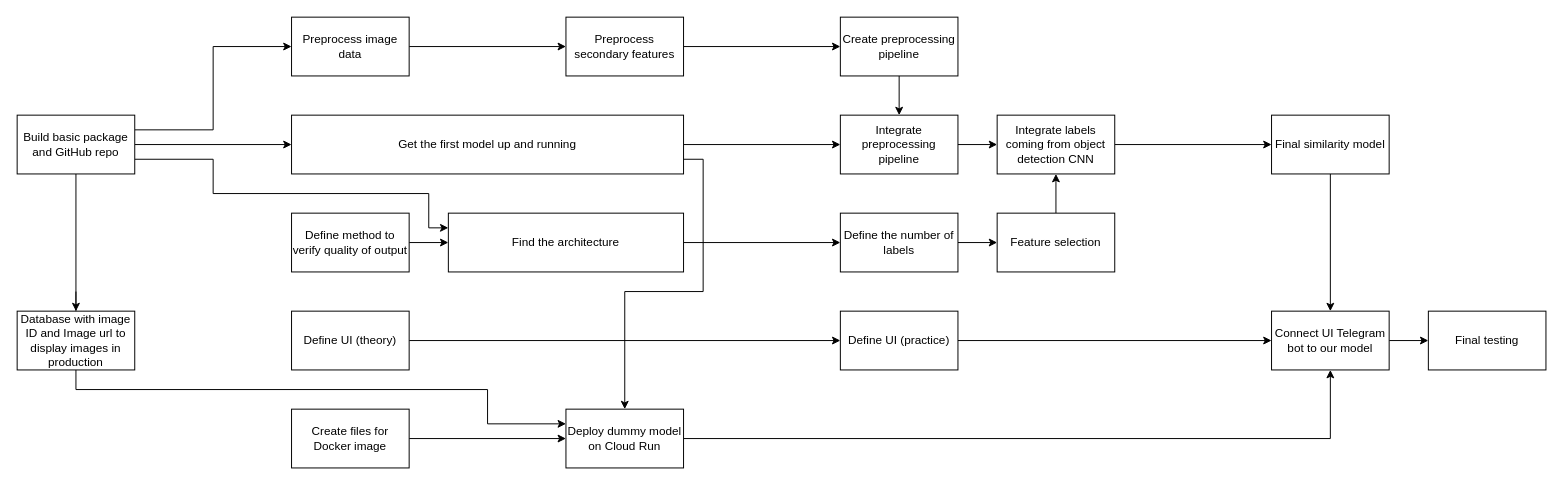
Before: Project Flowchart.drawio in seve-26/vincentvanbot, a draw.io diagram. Source tidied: cells renumbered, new cells numbered last; positions are measured from the earlier drawing's top-left corner, leaving out a move shared by most shapes. Both pictures are drawn from the tidied source at 98%, with x=0, y=0 at pixel (17, 17).
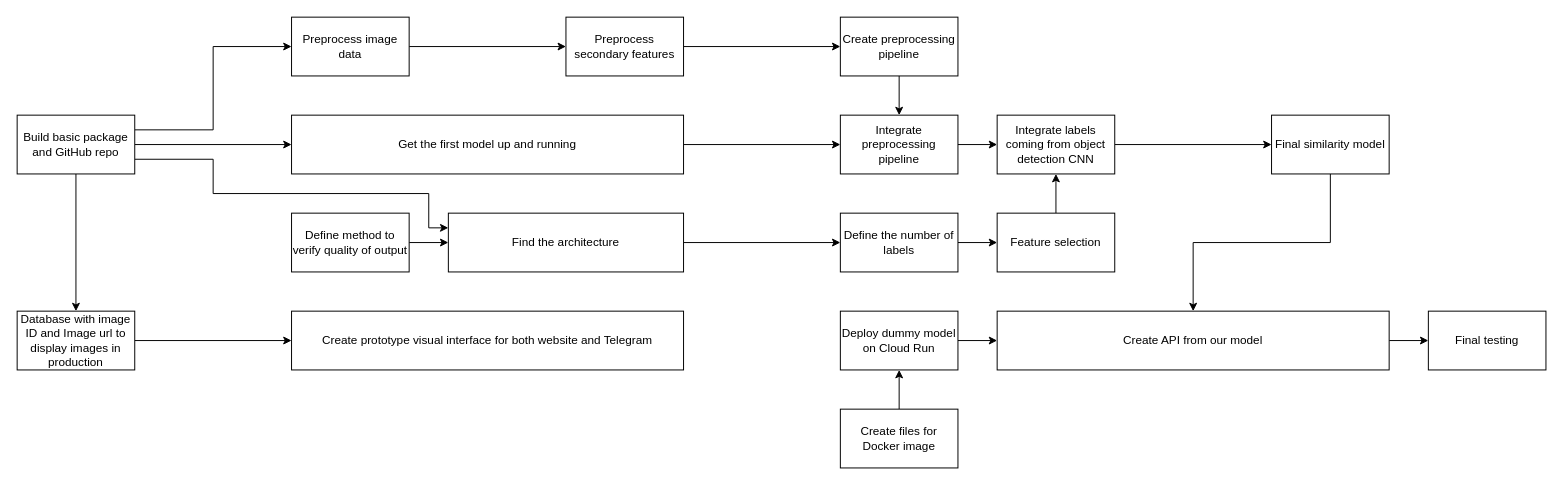
The same diagram, later.

Commit message:
Final flowchart structure

The change refers to these unchanged cells:
```xml
<mxCell id="3" value="Database with image ID and Image url to display images in production" style="rounded=0;whiteSpace=wrap;html=1;" parent="1" vertex="1">
  <mxGeometry y="300" width="120" height="60" as="geometry" />
</mxCell>
<mxCell id="20" value="Get the first model up and running" style="rounded=0;whiteSpace=wrap;html=1;" parent="1" vertex="1">
  <mxGeometry x="280" y="100" width="400" height="60" as="geometry" />
</mxCell>
<mxCell id="33" value="Final testing" style="rounded=0;whiteSpace=wrap;html=1;" parent="1" vertex="1">
  <mxGeometry x="1440" y="300" width="120" height="60" as="geometry" />
</mxCell>
<mxCell id="37" value="Final similarity model" style="rounded=0;whiteSpace=wrap;html=1;" parent="1" vertex="1">
  <mxGeometry x="1280" y="100" width="120" height="60" as="geometry" />
</mxCell>
```

What changed in the source:
```diff
@@
-    <mxCell id="2" style="edgeStyle=orthogonalEdgeStyle;rounded=0;jettySize=auto;html=1;entryX=0;entryY=0.25;entryDx=0;entryDy=0;" parent="1" edge="1" target="30">
-      <mxGeometry relative="1" as="geometry">
-        <mxPoint x="60" y="280" as="sourcePoint" />
-        <Array as="points">
-          <mxPoint x="60" y="380" />
-          <mxPoint x="480" y="380" />
-          <mxPoint x="480" y="415" />
-        </Array>
-      </mxGeometry>
-    </mxCell>
+    <mxCell id="43" style="edgeStyle=orthogonalEdgeStyle;rounded=0;jettySize=auto;html=1;exitX=1;exitY=0.5;exitDx=0;exitDy=0;entryX=0;entryY=0.5;entryDx=0;entryDy=0;" parent="1" edge="1" source="3" target="39">
+      <mxGeometry relative="1" as="geometry" />
+    </mxCell>
@@
-    <mxCell id="18" style="edgeStyle=orthogonalEdgeStyle;rounded=0;jettySize=auto;html=1;exitX=1;exitY=0.75;exitDx=0;exitDy=0;entryX=0.5;entryY=0;entryDx=0;entryDy=0;" parent="1" edge="1" source="20" target="30">
-      <mxGeometry relative="1" as="geometry" />
-    </mxCell>
@@
-    <mxCell id="27" style="edgeStyle=orthogonalEdgeStyle;rounded=0;jettySize=auto;html=1;exitX=1;exitY=0.5;exitDx=0;exitDy=0;entryX=0;entryY=0.5;entryDx=0;entryDy=0;" parent="1" edge="1" source="28" target="39">
-      <mxGeometry relative="1" as="geometry" />
-    </mxCell>
-    <mxCell id="28" value="Define UI (theory)" style="rounded=0;whiteSpace=wrap;html=1;" parent="1" vertex="1">
-      <mxGeometry x="280" y="300" width="120" height="60" as="geometry" />
-    </mxCell>
-    <mxCell id="29" style="edgeStyle=orthogonalEdgeStyle;rounded=0;jettySize=auto;html=1;exitX=1;exitY=0.5;exitDx=0;exitDy=0;entryX=0.5;entryY=1;entryDx=0;entryDy=0;" parent="1" edge="1" source="30" target="32">
-      <mxGeometry relative="1" as="geometry" />
-    </mxCell>
+    <mxCell id="44" style="edgeStyle=orthogonalEdgeStyle;rounded=0;jettySize=auto;html=1;exitX=1;exitY=0.5;exitDx=0;exitDy=0;entryX=0;entryY=0.5;entryDx=0;entryDy=0;" parent="1" edge="1" source="30" target="46">
+      <mxGeometry relative="1" as="geometry" />
+    </mxCell>
     <mxCell id="30" value="Deploy dummy model on Cloud Run" style="rounded=0;whiteSpace=wrap;html=1;" parent="1" vertex="1">
-      <mxGeometry x="560" y="400" width="120" height="60" as="geometry" />
+      <mxGeometry x="840" y="300" width="120" height="60" as="geometry" />
     </mxCell>
-    <mxCell id="31" style="edgeStyle=orthogonalEdgeStyle;rounded=0;jettySize=auto;html=1;exitX=1;exitY=0.5;exitDx=0;exitDy=0;entryX=0;entryY=0.5;entryDx=0;entryDy=0;" parent="1" edge="1" source="32" target="33">
+    <mxCell id="31" style="edgeStyle=orthogonalEdgeStyle;rounded=0;jettySize=auto;html=1;exitX=1;exitY=0.5;exitDx=0;exitDy=0;entryX=0;entryY=0.5;entryDx=0;entryDy=0;" parent="1" edge="1" source="46" target="33">
       <mxGeometry relative="1" as="geometry" />
     </mxCell>
-    <mxCell id="32" value="Connect UI Telegram bot to our model" style="rounded=0;whiteSpace=wrap;html=1;" parent="1" vertex="1">
-      <mxGeometry x="1280" y="300" width="120" height="60" as="geometry" />
-    </mxCell>
@@
-    <mxCell id="34" style="edgeStyle=orthogonalEdgeStyle;rounded=0;jettySize=auto;html=1;exitX=1;exitY=0.5;exitDx=0;exitDy=0;entryX=0;entryY=0.5;entryDx=0;entryDy=0;" parent="1" edge="1" source="35" target="30">
+    <mxCell id="34" style="edgeStyle=orthogonalEdgeStyle;rounded=0;jettySize=auto;html=1;exitX=0.5;exitY=0;exitDx=0;exitDy=0;entryX=0.5;entryY=1;entryDx=0;entryDy=0;" parent="1" edge="1" source="35" target="30">
       <mxGeometry relative="1" as="geometry" />
     </mxCell>
     <mxCell id="35" value="Create files for Docker image" style="rounded=0;whiteSpace=wrap;html=1;" parent="1" vertex="1">
-      <mxGeometry x="280" y="400" width="120" height="60" as="geometry" />
+      <mxGeometry x="840" y="400" width="120" height="60" as="geometry" />
     </mxCell>
-    <mxCell id="36" style="edgeStyle=orthogonalEdgeStyle;rounded=0;jettySize=auto;html=1;exitX=0.5;exitY=1;exitDx=0;exitDy=0;" parent="1" edge="1" source="37" target="32">
-      <mxGeometry relative="1" as="geometry" />
-    </mxCell>
+    <mxCell id="45" style="edgeStyle=orthogonalEdgeStyle;rounded=0;jettySize=auto;html=1;exitX=0.5;exitY=1;exitDx=0;exitDy=0;entryX=0.5;entryY=0;entryDx=0;entryDy=0;" parent="1" edge="1" source="37" target="46">
+      <mxGeometry relative="1" as="geometry" />
+    </mxCell>
@@
-    <mxCell id="38" style="edgeStyle=orthogonalEdgeStyle;rounded=0;jettySize=auto;html=1;exitX=1;exitY=0.5;exitDx=0;exitDy=0;entryX=0;entryY=0.5;entryDx=0;entryDy=0;" parent="1" edge="1" source="39" target="32">
-      <mxGeometry relative="1" as="geometry" />
-    </mxCell>
-    <mxCell id="39" value="Define UI (practice)" style="rounded=0;whiteSpace=wrap;html=1;" parent="1" vertex="1">
-      <mxGeometry x="840" y="300" width="120" height="60" as="geometry" />
+    <mxCell id="39" value="Create prototype visual interface for both website and Telegram" style="rounded=0;whiteSpace=wrap;html=1;" parent="1" vertex="1">
+      <mxGeometry x="280" y="300" width="400" height="60" as="geometry" />
     </mxCell>
@@
+    <mxCell id="46" value="Create API from our model" style="rounded=0;whiteSpace=wrap;html=1;" parent="1" vertex="1">
+      <mxGeometry x="1000" y="300" width="400" height="60" as="geometry" />
+    </mxCell>
```
